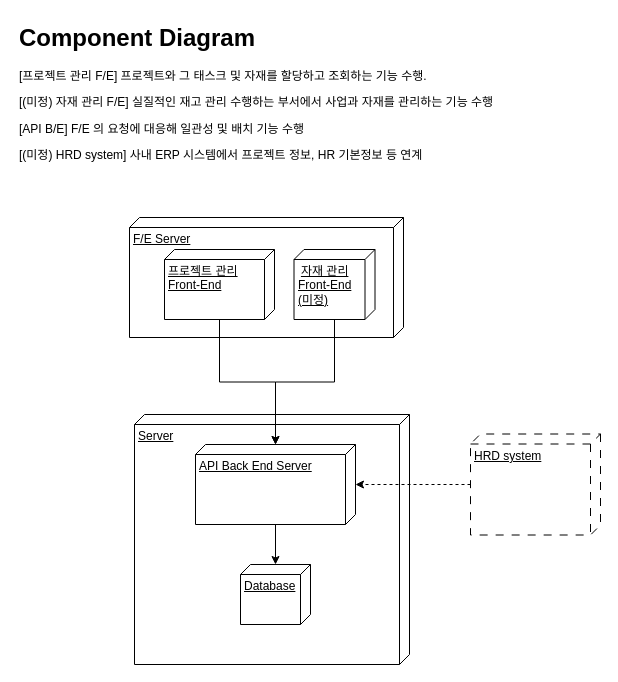
Earlier version of the draw.io diagram page "Container diagram" (2 of 5) of SAMS(PMS).drawio (OhcandO/SoletTop_EOS-FES). Source tidied: cells renumbered, new cells numbered last; positions are measured from the earlier drawing's top-left corner, leaving out a move shared by most shapes. Both pictures are drawn from the tidied source at 100%, with x=0, y=0 at pixel (17, 17).
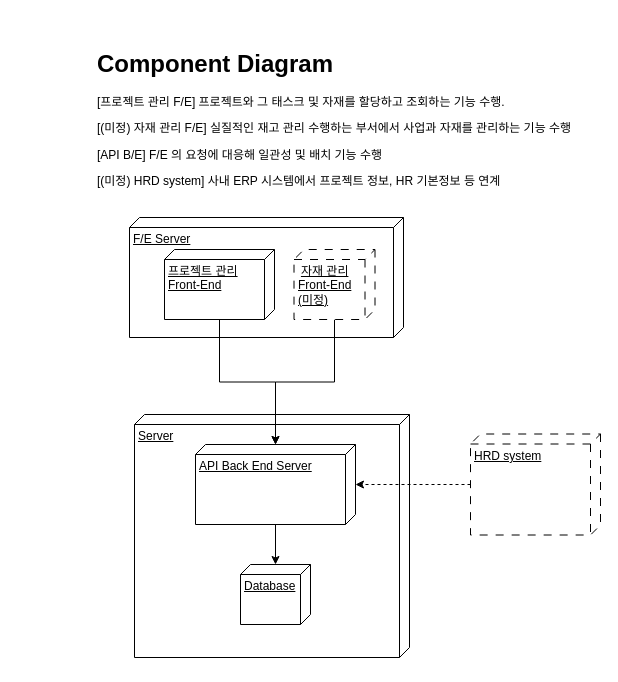
The same diagram, later.

The edit, as a diff of the source:
```diff
@@
 <mxGraphModel>
   <root>
     <mxCell id="0" />
     <mxCell id="1" parent="0" />
     <mxCell id="2" value="F/E Server" style="verticalAlign=top;align=left;spacingTop=8;spacingLeft=2;spacingRight=12;shape=cube;size=10;direction=south;fontStyle=4;html=1;whiteSpace=wrap;" parent="1" vertex="1">
       <mxGeometry x="112" y="200" width="274" height="120" as="geometry" />
     </mxCell>
     <mxCell id="3" value="Server" style="verticalAlign=top;align=left;spacingTop=8;spacingLeft=2;spacingRight=12;shape=cube;size=10;direction=south;fontStyle=4;html=1;whiteSpace=wrap;" parent="1" vertex="1">
-      <mxGeometry x="117" y="397" width="275" height="250" as="geometry" />
+      <mxGeometry x="117" y="397" width="275" height="243" as="geometry" />
     </mxCell>
     <mxCell id="4" style="edgeStyle=orthogonalEdgeStyle;rounded=0;jettySize=auto;html=1;" parent="1" edge="1" source="5" target="9">
       <mxGeometry relative="1" as="geometry" />
     </mxCell>
     <mxCell id="5" value="&lt;div style=&quot;text-align: center;&quot;&gt;프로젝트 관리&lt;/div&gt;&lt;span style=&quot;text-align: center;&quot;&gt;Front-End&lt;/span&gt;" style="verticalAlign=top;align=left;spacingTop=8;spacingLeft=2;spacingRight=12;shape=cube;size=10;direction=south;fontStyle=4;html=1;whiteSpace=wrap;" parent="1" vertex="1">
       <mxGeometry x="147" y="232" width="110" height="70" as="geometry" />
     </mxCell>
     <mxCell id="6" style="edgeStyle=orthogonalEdgeStyle;rounded=0;jettySize=auto;html=1;" parent="1" edge="1" source="7" target="9">
       <mxGeometry relative="1" as="geometry" />
     </mxCell>
-    <mxCell id="7" value="&lt;div style=&quot;text-align: center;&quot;&gt;자재 관리&lt;/div&gt;&lt;span style=&quot;text-align: center;&quot;&gt;Front-End&lt;br&gt;(미정)&lt;/span&gt;" style="verticalAlign=top;align=left;spacingTop=8;spacingLeft=2;spacingRight=12;shape=cube;size=10;direction=south;fontStyle=4;html=1;whiteSpace=wrap;" parent="1" vertex="1">
+    <mxCell id="7" value="&lt;div style=&quot;text-align: center;&quot;&gt;자재 관리&lt;/div&gt;&lt;span style=&quot;text-align: center;&quot;&gt;Front-End&lt;br&gt;(미정)&lt;/span&gt;" style="verticalAlign=top;align=left;spacingTop=8;spacingLeft=2;spacingRight=12;shape=cube;size=10;direction=south;fontStyle=4;html=1;whiteSpace=wrap;dashed=1;dashPattern=8 8;" parent="1" vertex="1">
       <mxGeometry x="276.5" y="232" width="81" height="70" as="geometry" />
     </mxCell>
     <mxCell id="8" style="edgeStyle=orthogonalEdgeStyle;rounded=0;jettySize=auto;html=1;" parent="1" edge="1" source="9" target="10">
       <mxGeometry relative="1" as="geometry" />
     </mxCell>
     <mxCell id="9" value="API Back End Server" style="verticalAlign=top;align=left;spacingTop=8;spacingLeft=2;spacingRight=12;shape=cube;size=10;direction=south;fontStyle=4;html=1;whiteSpace=wrap;" parent="1" vertex="1">
       <mxGeometry x="178" y="427" width="160" height="80" as="geometry" />
     </mxCell>
     <mxCell id="10" value="Database" style="verticalAlign=top;align=left;spacingTop=8;spacingLeft=2;spacingRight=12;shape=cube;size=10;direction=south;fontStyle=4;html=1;whiteSpace=wrap;" parent="1" vertex="1">
       <mxGeometry x="223" y="547" width="70" height="60" as="geometry" />
     </mxCell>
     <mxCell id="11" style="edgeStyle=orthogonalEdgeStyle;rounded=0;jettySize=auto;html=1;dashed=1;" parent="1" edge="1" source="12" target="9">
       <mxGeometry relative="1" as="geometry" />
     </mxCell>
     <mxCell id="12" value="HRD system" style="verticalAlign=top;align=left;spacingTop=8;spacingLeft=2;spacingRight=12;shape=cube;size=10;direction=south;fontStyle=4;html=1;whiteSpace=wrap;dashed=1;dashPattern=8 8;" parent="1" vertex="1">
       <mxGeometry x="453" y="416.5" width="130" height="101" as="geometry" />
     </mxCell>
     <mxCell id="13" value="&lt;h1 style=&quot;margin-top: 0px;&quot;&gt;Component Diagram&lt;/h1&gt;&lt;p&gt;[프로젝트 관리 F/E] 프로젝트와 그 태스크 및 자재를 할당하고 조회하는 기능 수행.&lt;/p&gt;&lt;p&gt;[(미정) 자재 관리 F/E] 실질적인 재고 관리 수행하는 부서에서 사업과 자재를 관리하는 기능 수행&lt;/p&gt;&lt;p&gt;[API B/E] F/E 의 요청에 대응해 일관성 및 배치 기능 수행&lt;/p&gt;&lt;p&gt;[(미정) HRD system] 사내 ERP 시스템에서 프로젝트 정보, HR 기본정보 등 연계&lt;/p&gt;" style="text;html=1;whiteSpace=wrap;overflow=hidden;rounded=0;" parent="1" vertex="1">
-      <mxGeometry width="495" height="157" as="geometry" />
+      <mxGeometry x="78" y="26" width="495" height="157" as="geometry" />
     </mxCell>
   </root>
 </mxGraphModel>
```
